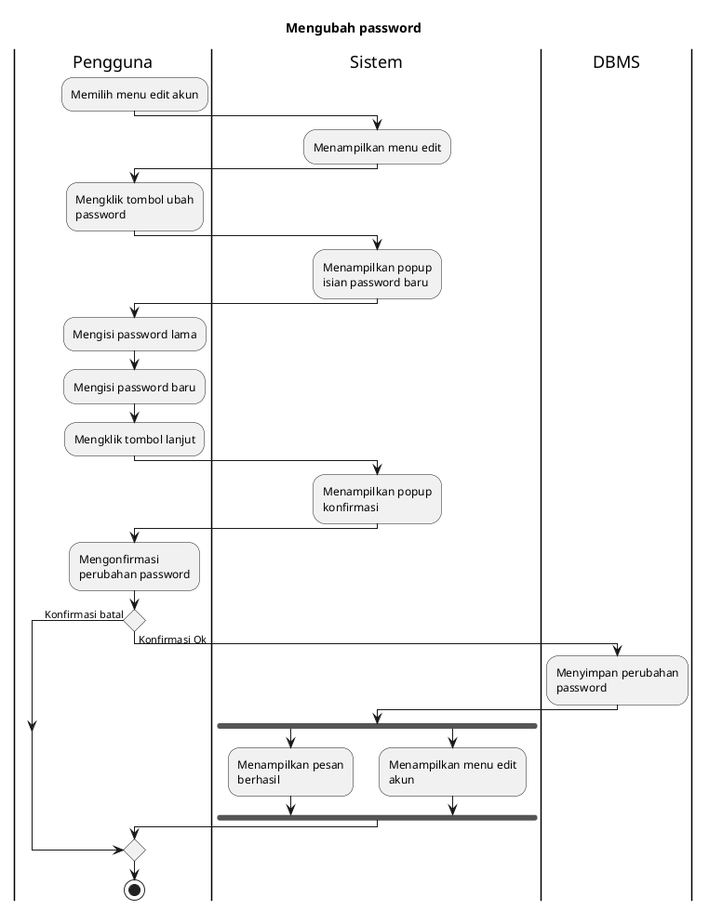
The PlantUML diagram export/Activity Diagrams/UC-MGACCOUNT - Manajemen Akun/UC-MGACCOUNT-003 - Mengubah password.png in bagusNA/appl-diagrams, before a commit. The source it was exported from:
```plantuml
@startuml
skinparam wrapWidth 140

title Mengubah password

|Pengguna|
:Memilih menu edit akun;

|Sistem|
:Menampilkan menu edit;

|Pengguna|
:Mengklik tombol ubah password;

|Sistem|
:Menampilkan popup isian password baru;

|Pengguna|
:Mengisi password lama;
:Mengisi password baru;
:Mengklik tombol lanjut;

|Sistem|
:Menampilkan popup konfirmasi;

|Pengguna|
:Mengonfirmasi perubahan password;

if () then (Konfirmasi batal)
else (Konfirmasi Ok)
  |DBMS|
  :Menyimpan perubahan password;

  |Sistem|
  fork
    :Menampilkan pesan berhasil;
  fork again
    :Menampilkan menu edit akun;
  endfork
endif

|Pengguna|
stop
@enduml
```
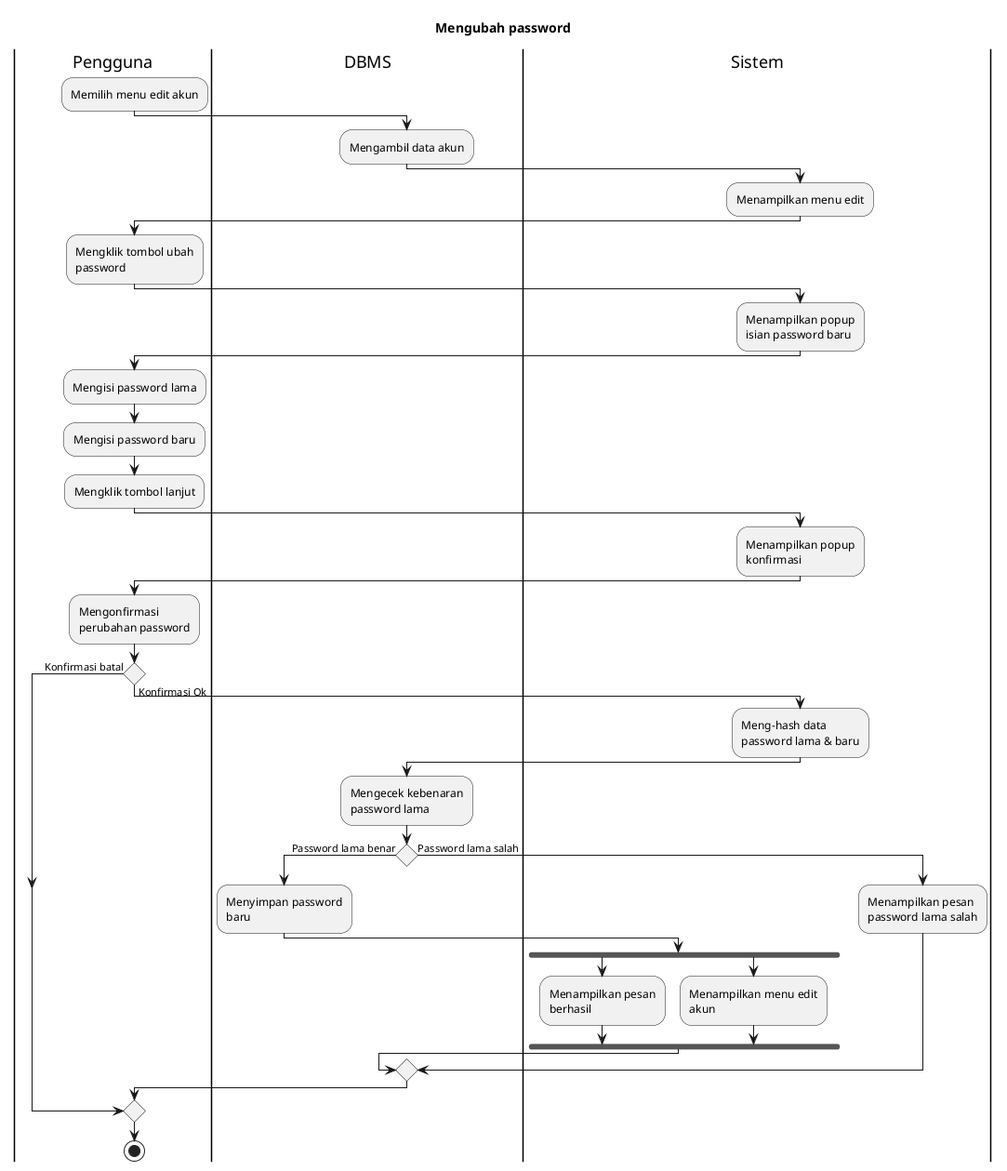
The same file after the commit.

What changed in the source:
```diff
@@ -5,6 +5,9 @@
 
 |Pengguna|
 :Memilih menu edit akun;
+
+|DBMS|
+:Mengambil data akun;
 
 |Sistem|
 :Menampilkan menu edit;
@@ -28,15 +31,26 @@
 
 if () then (Konfirmasi batal)
 else (Konfirmasi Ok)
+  |Sistem|
+  :Meng-hash data password lama & baru;
+
   |DBMS|
-  :Menyimpan perubahan password;
+  :Mengecek kebenaran password lama;
 
-  |Sistem|
-  fork
-    :Menampilkan pesan berhasil;
-  fork again
-    :Menampilkan menu edit akun;
-  endfork
+  if () then (Password lama benar)
+    |DBMS|
+    :Menyimpan password baru;
+
+    |Sistem|
+    fork
+      :Menampilkan pesan berhasil;
+    fork again
+      :Menampilkan menu edit akun;
+    endfork
+  else (Password lama salah)
+    |Sistem|
+    :Menampilkan pesan password lama salah;
+  endif
 endif
 
 |Pengguna|
```
